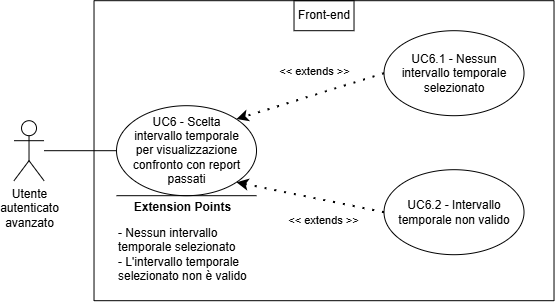
Earlier version of the draw.io export assets/diagrams/UC6.png (SkarabGroup/DocumentazioneProgetto). Source tidied: cells renumbered, new cells last; positions are measured from the earlier drawing's top-left corner, leaving out a move shared by most shapes.
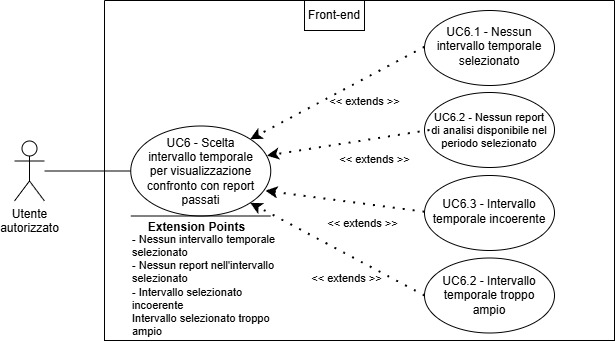
After the commit.

Change to the diagram source:
```diff
@@ -2,55 +2,73 @@
   <root>
     <mxCell id="0" />
     <mxCell id="1" parent="0" />
-    <mxCell id="2" value="Utente&lt;div&gt;&lt;span style=&quot;background-color: transparent; color: light-dark(rgb(0, 0, 0), rgb(255, 255, 255));&quot;&gt;autenticato&lt;/span&gt;&lt;/div&gt;&lt;div&gt;&lt;span style=&quot;background-color: transparent; color: light-dark(rgb(0, 0, 0), rgb(255, 255, 255));&quot;&gt;avanzato&lt;/span&gt;&lt;/div&gt;" style="shape=umlActor;verticalLabelPosition=bottom;verticalAlign=top;html=1;outlineConnect=0;align=center;" parent="1" vertex="1">
-      <mxGeometry x="-0.5" y="120.2" width="30" height="60" as="geometry" />
-    </mxCell>
-    <mxCell id="3" style="swimlane;startSize=0;" parent="1" vertex="1">
-      <mxGeometry x="79.5" y="0.2" width="460" height="300" as="geometry" />
-    </mxCell>
-    <mxCell id="4" style="ellipse;whiteSpace=wrap;html=1;" parent="3" vertex="1">
-      <mxGeometry x="22.5" y="105" width="140" height="90" as="geometry" />
-    </mxCell>
+    <mxCell id="17" value="Utente&lt;div&gt;autorizzato&lt;/div&gt;" style="shape=umlActor;verticalLabelPosition=bottom;verticalAlign=top;html=1;outlineConnect=0;align=center;" parent="1" vertex="1">
+      <mxGeometry x="219" y="577.5" width="30" height="60" as="geometry" />
+    </mxCell>
+    <mxCell id="18" style="swimlane;startSize=0;" parent="1" vertex="1">
+      <mxGeometry x="309" y="437" width="510" height="340" as="geometry" />
+    </mxCell>
+    <mxCell id="19" style="ellipse;whiteSpace=wrap;html=1;" parent="18" vertex="1">
+      <mxGeometry x="26.2" y="125.5" width="140" height="90" as="geometry" />
+    </mxCell>
-    <mxCell id="5" value="&lt;div style=&quot;&quot;&gt;&lt;span style=&quot;background-color: transparent; color: light-dark(rgb(0, 0, 0), rgb(255, 255, 255));&quot;&gt;UC6 - Scelta intervallo temporale per visualizzazione confronto con report passati&lt;/span&gt;&lt;/div&gt;" style="text;html=1;align=center;verticalAlign=middle;whiteSpace=wrap;rounded=0;" parent="3" vertex="1">
-      <mxGeometry x="35" y="115" width="115" height="70" as="geometry" />
+    <mxCell id="5" value="&lt;div style=&quot;&quot;&gt;&lt;span style=&quot;background-color: transparent; color: light-dark(rgb(0, 0, 0), rgb(255, 255, 255));&quot;&gt;UC6 - Scelta intervallo temporale per visualizzazione confronto con report passati&lt;/span&gt;&lt;/div&gt;" style="text;html=1;align=center;verticalAlign=middle;whiteSpace=wrap;rounded=0;" parent="18" vertex="1">
+      <mxGeometry x="38.8" y="135.5" width="115" height="70" as="geometry" />
     </mxCell>
-    <mxCell id="6" style="ellipse;whiteSpace=wrap;html=1;" parent="3" vertex="1">
-      <mxGeometry x="290" y="30" width="140" height="85" as="geometry" />
-    </mxCell>
-    <mxCell id="7" value="UC6.1 - Nessun intervallo temporale selezionato" style="text;html=1;align=center;verticalAlign=middle;whiteSpace=wrap;rounded=0;" parent="3" vertex="1">
-      <mxGeometry x="295" y="37.5" width="130" height="70" as="geometry" />
-    </mxCell>
-    <mxCell id="8" value="&amp;lt;&amp;lt; extends &amp;gt;&amp;gt;" style="endArrow=classic;startArrow=none;endFill=1;startFill=0;html=1;verticalAlign=bottom;dashed=1;labelBackgroundColor=none;rounded=0;dashPattern=1 4;curved=0;endSize=6;strokeWidth=2;entryX=1;entryY=1;entryDx=0;entryDy=0;exitX=0;exitY=0.5;exitDx=0;exitDy=0;" parent="3" edge="1" source="9" target="4">
-      <mxGeometry x="-0.27" y="29" relative="1" as="geometry" />
-    </mxCell>
-    <mxCell id="9" style="ellipse;whiteSpace=wrap;html=1;" parent="3" vertex="1">
-      <mxGeometry x="290" y="169" width="140" height="85" as="geometry" />
-    </mxCell>
-    <mxCell id="10" value="UC6.2 - Intervallo temporale non valido" style="text;html=1;align=center;verticalAlign=middle;whiteSpace=wrap;rounded=0;" parent="3" vertex="1">
-      <mxGeometry x="295" y="176.5" width="130" height="70" as="geometry" />
-    </mxCell>
-    <mxCell id="11" style="endArrow=none;html=1;rounded=0;" parent="3" edge="1">
-      <mxGeometry relative="1" as="geometry">
-        <mxPoint x="22.5" y="195" as="sourcePoint" />
-        <mxPoint x="162.5" y="195" as="targetPoint" />
-      </mxGeometry>
-    </mxCell>
+    <mxCell id="20" style="endArrow=none;html=1;rounded=0;" parent="18" edge="1">
+      <mxGeometry relative="1" as="geometry">
+        <mxPoint x="26.2" y="215.5" as="sourcePoint" />
+        <mxPoint x="166.2" y="215.5" as="targetPoint" />
+      </mxGeometry>
+    </mxCell>
-    <mxCell id="12" value="&lt;b&gt;&lt;font style=&quot;font-size: 12px;&quot;&gt;Extension Points&lt;/font&gt;&lt;/b&gt;" style="edgeLabel;html=1;align=center;verticalAlign=middle;" parent="11" vertex="1">
+    <mxCell id="12" value="&lt;b&gt;&lt;font style=&quot;font-size: 12px;&quot;&gt;Extension Points&lt;/font&gt;&lt;/b&gt;" style="edgeLabel;html=1;align=center;verticalAlign=middle;" parent="20" vertex="1">
       <mxGeometry x="0.65" relative="1" as="geometry">
         <mxPoint x="-50" y="11" as="offset" />
       </mxGeometry>
     </mxCell>
-    <mxCell id="13" value="&lt;font style=&quot;font-size: 12px;&quot;&gt;- Nessun intervallo temporale selezionato&lt;/font&gt;&lt;div&gt;&lt;font style=&quot;font-size: 12px;&quot;&gt;- L'intervallo temporale selezionato non è valido&lt;/font&gt;&lt;/div&gt;" style="text;html=1;align=left;verticalAlign=middle;whiteSpace=wrap;rounded=0;" parent="3" vertex="1">
-      <mxGeometry x="22.5" y="239" width="137.5" height="30" as="geometry" />
-    </mxCell>
+    <mxCell id="21" value="&lt;font&gt;- Nessun intervallo temporale selezionato&lt;/font&gt;&lt;div&gt;&lt;font&gt;- Nessun report nell'intervallo selezionato&lt;/font&gt;&lt;/div&gt;&lt;div&gt;&lt;font&gt;- Intervallo selezionato incoerente&lt;/font&gt;&lt;/div&gt;&lt;div&gt;&lt;font&gt;Intervallo selezionato troppo ampio&lt;/font&gt;&lt;/div&gt;" style="text;html=1;align=left;verticalAlign=middle;whiteSpace=wrap;rounded=0;fontSize=11;" parent="18" vertex="1">
+      <mxGeometry x="26.2" y="270" width="163.8" height="30" as="geometry" />
+    </mxCell>
-    <mxCell id="14" value="&amp;lt;&amp;lt; extends &amp;gt;&amp;gt;" style="endArrow=classic;startArrow=none;endFill=1;startFill=0;html=1;verticalAlign=bottom;dashed=1;labelBackgroundColor=none;rounded=0;dashPattern=1 4;curved=0;endSize=6;strokeWidth=2;entryX=1;entryY=0;entryDx=0;entryDy=0;exitX=0;exitY=0.5;exitDx=0;exitDy=0;" parent="3" edge="1" source="6" target="4">
-      <mxGeometry x="-0.11" y="-14" relative="1" as="geometry" />
+    <mxCell id="14" value="&amp;lt;&amp;lt; extends &amp;gt;&amp;gt;" style="endArrow=classic;startArrow=none;endFill=1;startFill=0;html=1;verticalAlign=bottom;dashed=1;labelBackgroundColor=none;rounded=0;dashPattern=1 4;curved=0;endSize=6;strokeWidth=2;entryX=1;entryY=0;entryDx=0;entryDy=0;exitX=0;exitY=0.5;exitDx=0;exitDy=0;" parent="18" edge="1" source="7" target="19">
+      <mxGeometry x="-0.16" y="28" relative="1" as="geometry" />
     </mxCell>
-    <mxCell id="15" value="Front-end" style="text;html=1;align=center;verticalAlign=middle;whiteSpace=wrap;rounded=0;strokeColor=default;perimeterSpacing=1;" parent="3" vertex="1">
+    <mxCell id="15" value="Front-end" style="text;html=1;align=center;verticalAlign=middle;whiteSpace=wrap;rounded=0;strokeColor=default;perimeterSpacing=1;" parent="18" vertex="1">
       <mxGeometry x="200" width="60" height="30" as="geometry" />
     </mxCell>
-    <mxCell id="16" style="endArrow=none;html=1;rounded=0;entryX=0;entryY=0.5;entryDx=0;entryDy=0;" parent="1" edge="1" source="2" target="4">
-      <mxGeometry relative="1" as="geometry" />
-    </mxCell>
+    <mxCell id="22" style="ellipse;whiteSpace=wrap;html=1;" parent="18" vertex="1">
+      <mxGeometry x="320" y="10" width="130" height="75" as="geometry" />
+    </mxCell>
+    <mxCell id="7" value="UC6.1 - Nessun intervallo temporale selezionato" style="text;html=1;align=center;verticalAlign=middle;whiteSpace=wrap;rounded=0;" parent="18" vertex="1">
+      <mxGeometry x="320" y="11.2" width="130" height="70" as="geometry" />
+    </mxCell>
+    <mxCell id="23" style="endArrow=none;html=1;rounded=0;entryX=0;entryY=0.5;entryDx=0;entryDy=0;" parent="1" edge="1" source="17" target="19">
+      <mxGeometry relative="1" as="geometry" />
+    </mxCell>
+    <mxCell id="24" style="ellipse;whiteSpace=wrap;html=1;" parent="1" vertex="1">
+      <mxGeometry x="629" y="612" width="130" height="75" as="geometry" />
+    </mxCell>
+    <mxCell id="25" value="UC6.3 - Intervallo temporale incoerente" style="text;html=1;align=center;verticalAlign=middle;whiteSpace=wrap;rounded=0;" parent="1" vertex="1">
+      <mxGeometry x="629" y="613.2" width="130" height="70" as="geometry" />
+    </mxCell>
+    <mxCell id="26" style="ellipse;whiteSpace=wrap;html=1;" parent="1" vertex="1">
+      <mxGeometry x="629" y="529" width="130" height="75" as="geometry" />
+    </mxCell>
+    <mxCell id="27" value="UC6.2 - Nessun report di analisi disponibile nel periodo selezionato" style="text;html=1;align=center;verticalAlign=middle;whiteSpace=wrap;rounded=0;fontSize=11;" parent="1" vertex="1">
+      <mxGeometry x="634" y="534.9" width="120" height="63.2" as="geometry" />
+    </mxCell>
+    <mxCell id="28" style="ellipse;whiteSpace=wrap;html=1;" parent="1" vertex="1">
+      <mxGeometry x="629" y="694.5" width="130" height="75" as="geometry" />
+    </mxCell>
+    <mxCell id="29" value="UC6.2 - Intervallo temporale troppo ampio" style="text;html=1;align=center;verticalAlign=middle;whiteSpace=wrap;rounded=0;" parent="1" vertex="1">
+      <mxGeometry x="634" y="697" width="120" height="70" as="geometry" />
+    </mxCell>
+    <mxCell id="8" value="&amp;lt;&amp;lt; extends &amp;gt;&amp;gt;" style="endArrow=classic;startArrow=none;endFill=1;startFill=0;html=1;verticalAlign=bottom;dashed=1;labelBackgroundColor=none;rounded=0;dashPattern=1 4;curved=0;endSize=6;strokeWidth=2;entryX=1;entryY=1;entryDx=0;entryDy=0;exitX=0;exitY=0.5;exitDx=0;exitDy=0;" parent="1" edge="1" source="28" target="19">
+      <mxGeometry x="-0.27" y="29" relative="1" as="geometry" />
+    </mxCell>
+    <mxCell id="30" value="&amp;lt;&amp;lt; extends &amp;gt;&amp;gt;" style="endArrow=classic;startArrow=none;endFill=1;startFill=0;html=1;verticalAlign=bottom;dashed=1;labelBackgroundColor=none;rounded=0;dashPattern=1 4;curved=0;endSize=6;strokeWidth=2;entryX=0.962;entryY=0.719;entryDx=0;entryDy=0;exitX=0;exitY=0.5;exitDx=0;exitDy=0;entryPerimeter=0;" parent="1" edge="1" source="25" target="19">
+      <mxGeometry x="-0.27" y="29" relative="1" as="geometry" />
+    </mxCell>
+    <mxCell id="31" value="&amp;lt;&amp;lt; extends &amp;gt;&amp;gt;" style="endArrow=classic;startArrow=none;endFill=1;startFill=0;html=1;verticalAlign=bottom;dashed=1;labelBackgroundColor=none;rounded=0;dashPattern=1 4;curved=0;endSize=6;strokeWidth=2;entryX=0.973;entryY=0.328;entryDx=0;entryDy=0;exitX=0;exitY=0.5;exitDx=0;exitDy=0;entryPerimeter=0;" parent="1" edge="1" source="27" target="19">
+      <mxGeometry x="-0.27" y="29" relative="1" as="geometry" />
+    </mxCell>
   </root>
 </mxGraphModel>
```
